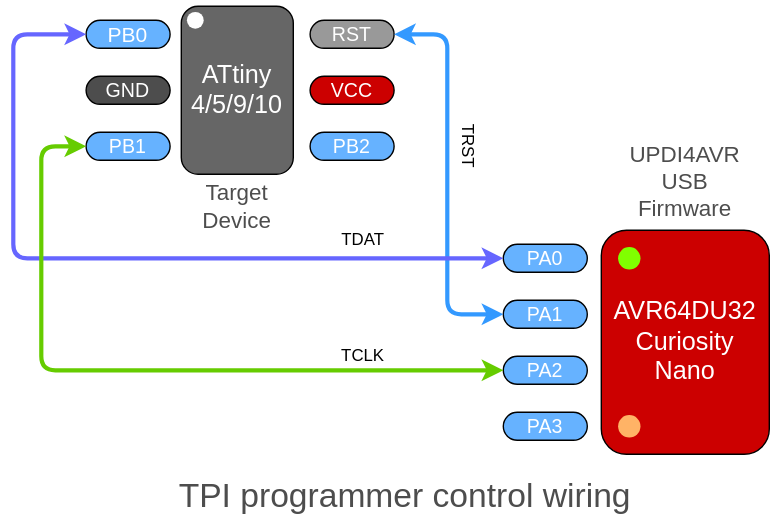
Before: product/UPDI4AVR/images/U4AU_TPI.drawio.svg, a diagram exported from draw.io (askn37/askn37.github.io). Source tidied: cells renumbered, new cells last; positions are measured from the earlier drawing's top-left corner, leaving out a move shared by most shapes. Its diagram source:
```xml
<mxGraphModel>
  <root>
    <mxCell id="0" />
    <mxCell id="1" parent="0" />
    <mxCell id="2" value="&lt;font color=&quot;#ffffff&quot; style=&quot;font-size: 18px;&quot;&gt;ATtiny&lt;br style=&quot;font-size: 18px;&quot;&gt;4/5/9/10&lt;/font&gt;" style="rounded=1;whiteSpace=wrap;html=1;fillColor=#666666;fontSize=18;" parent="1" vertex="1">
      <mxGeometry x="120" width="80" height="120" as="geometry" />
    </mxCell>
    <mxCell id="3" value="&lt;p style=&quot;line-height: 120%; font-size: 15px;&quot;&gt;&lt;font style=&quot;font-size: 15px;&quot;&gt;PB0&lt;/font&gt;&lt;/p&gt;" style="rounded=1;whiteSpace=wrap;html=1;labelBackgroundColor=none;fontSize=15;fontColor=#FFFFFF;fillColor=#66B2FF;arcSize=50;verticalAlign=middle;" parent="1" vertex="1">
      <mxGeometry x="52" y="10" width="60" height="20" as="geometry" />
    </mxCell>
    <mxCell id="4" value="&lt;p style=&quot;line-height: 120%; font-size: 14px;&quot;&gt;GND&lt;/p&gt;" style="rounded=1;whiteSpace=wrap;html=1;labelBackgroundColor=none;fontSize=14;fontColor=#FFFFFF;fillColor=#4D4D4D;arcSize=50;verticalAlign=middle;" parent="1" vertex="1">
      <mxGeometry x="52" y="50" width="60" height="20" as="geometry" />
    </mxCell>
    <mxCell id="5" value="&lt;p style=&quot;line-height: 120%; font-size: 14px;&quot;&gt;&lt;font style=&quot;font-size: 14px;&quot;&gt;PB1&lt;/font&gt;&lt;/p&gt;" style="rounded=1;whiteSpace=wrap;html=1;labelBackgroundColor=none;fontSize=14;fontColor=#FFFFFF;fillColor=#66B2FF;arcSize=50;verticalAlign=middle;" parent="1" vertex="1">
      <mxGeometry x="52" y="90" width="60" height="20" as="geometry" />
    </mxCell>
    <mxCell id="6" value="&lt;p style=&quot;line-height: 120%; font-size: 14px;&quot;&gt;RST&lt;/p&gt;" style="rounded=1;whiteSpace=wrap;html=1;labelBackgroundColor=none;fontSize=14;fontColor=#FFFFFF;fillColor=#999999;arcSize=50;verticalAlign=middle;" parent="1" vertex="1">
      <mxGeometry x="212" y="10" width="60" height="20" as="geometry" />
    </mxCell>
    <mxCell id="7" value="&lt;p style=&quot;line-height: 120%; font-size: 14px;&quot;&gt;VCC&lt;/p&gt;" style="rounded=1;whiteSpace=wrap;html=1;labelBackgroundColor=none;fontSize=14;fontColor=#FFFFFF;fillColor=#CC0000;arcSize=50;verticalAlign=middle;" parent="1" vertex="1">
      <mxGeometry x="212" y="50" width="60" height="20" as="geometry" />
    </mxCell>
    <mxCell id="8" value="&lt;p style=&quot;line-height: 120%; font-size: 14px;&quot;&gt;&lt;font style=&quot;font-size: 14px;&quot;&gt;PB2&lt;/font&gt;&lt;/p&gt;" style="rounded=1;whiteSpace=wrap;html=1;labelBackgroundColor=none;fontSize=14;fontColor=#FFFFFF;fillColor=#66B2FF;arcSize=50;verticalAlign=middle;" parent="1" vertex="1">
      <mxGeometry x="212" y="90" width="60" height="20" as="geometry" />
    </mxCell>
    <mxCell id="9" value="AVR64DU32&lt;br&gt;Curiosity&lt;br style=&quot;font-size: 18px;&quot;&gt;Nano" style="rounded=1;whiteSpace=wrap;html=1;labelBackgroundColor=none;fontSize=18;fontColor=#FFFFFF;fillColor=#CC0000;" parent="1" vertex="1">
      <mxGeometry x="420" y="160" width="120" height="160" as="geometry" />
    </mxCell>
    <mxCell id="10" value="&lt;p style=&quot;line-height: 120%; font-size: 14px;&quot;&gt;PA0&lt;/p&gt;" style="rounded=1;whiteSpace=wrap;html=1;labelBackgroundColor=none;fontSize=14;fontColor=#FFFFFF;fillColor=#66B2FF;arcSize=50;verticalAlign=middle;" parent="1" vertex="1">
      <mxGeometry x="350" y="170" width="60" height="20" as="geometry" />
    </mxCell>
    <mxCell id="11" value="&lt;p style=&quot;line-height: 120%; font-size: 14px;&quot;&gt;PA2&lt;/p&gt;" style="rounded=1;whiteSpace=wrap;html=1;labelBackgroundColor=none;fontSize=14;fontColor=#FFFFFF;fillColor=#66B2FF;arcSize=50;verticalAlign=middle;" parent="1" vertex="1">
      <mxGeometry x="350" y="250" width="60" height="20" as="geometry" />
    </mxCell>
    <mxCell id="12" value="TPI programmer control wiring" style="text;strokeColor=none;align=center;fillColor=none;html=1;verticalAlign=middle;whiteSpace=wrap;rounded=0;labelBackgroundColor=none;fontSize=24;fontColor=#4D4D4D;" parent="1" vertex="1">
      <mxGeometry x="60" y="330" width="440" height="40" as="geometry" />
    </mxCell>
    <mxCell id="13" value="UPDI4AVR&lt;br style=&quot;font-size: 16px;&quot;&gt;USB&lt;br style=&quot;font-size: 16px;&quot;&gt;Firmware" style="text;strokeColor=none;align=center;fillColor=none;html=1;verticalAlign=middle;whiteSpace=wrap;rounded=0;labelBackgroundColor=none;fontSize=16;fontColor=#4D4D4D;" parent="1" vertex="1">
      <mxGeometry x="420" y="90" width="120" height="70" as="geometry" />
    </mxCell>
    <mxCell id="14" style="shape=waypoint;sketch=0;size=6;fillColor=none;perimeter=centerPerimeter;labelBackgroundColor=none;fontSize=16;fontColor=#000000;strokeColor=#FFFFFF;strokeWidth=4;" parent="1" vertex="1">
      <mxGeometry x="120" width="20" height="20" as="geometry" />
    </mxCell>
    <mxCell id="15" value="TDAT" style="text;strokeColor=none;align=center;fillColor=none;html=1;verticalAlign=middle;whiteSpace=wrap;rounded=0;rotation=0;" parent="1" vertex="1">
      <mxGeometry x="225" y="157" width="50" height="20" as="geometry" />
    </mxCell>
    <mxCell id="16" value="TCLK" style="text;strokeColor=none;align=center;fillColor=none;html=1;verticalAlign=middle;whiteSpace=wrap;rounded=0;rotation=0;" parent="1" vertex="1">
      <mxGeometry x="225" y="240" width="50" height="20" as="geometry" />
    </mxCell>
    <mxCell id="17" value="TRST" style="text;strokeColor=none;align=center;fillColor=none;html=1;verticalAlign=middle;whiteSpace=wrap;rounded=0;rotation=90;" parent="1" vertex="1">
      <mxGeometry x="300" y="85" width="50" height="30" as="geometry" />
    </mxCell>
    <mxCell id="18" value="Target&lt;br&gt;Device" style="text;strokeColor=none;align=center;fillColor=none;html=1;verticalAlign=middle;whiteSpace=wrap;rounded=0;labelBackgroundColor=none;fontSize=16;fontColor=#4D4D4D;" parent="1" vertex="1">
      <mxGeometry x="100" y="120" width="120" height="45" as="geometry" />
    </mxCell>
    <mxCell id="19" value="&lt;p style=&quot;line-height: 120%; font-size: 14px;&quot;&gt;PA1&lt;/p&gt;" style="rounded=1;whiteSpace=wrap;html=1;labelBackgroundColor=none;fontSize=14;fontColor=#FFFFFF;fillColor=#66B2FF;arcSize=50;verticalAlign=middle;" parent="1" vertex="1">
      <mxGeometry x="350" y="210" width="60" height="20" as="geometry" />
    </mxCell>
    <mxCell id="20" value="&lt;p style=&quot;line-height: 120%; font-size: 14px;&quot;&gt;&lt;font style=&quot;font-size: 14px;&quot;&gt;PA3&lt;/font&gt;&lt;/p&gt;" style="rounded=1;whiteSpace=wrap;html=1;labelBackgroundColor=none;fontSize=14;fontColor=#FFFFFF;fillColor=#66B2FF;arcSize=50;verticalAlign=middle;" parent="1" vertex="1">
      <mxGeometry x="350" y="290" width="60" height="20" as="geometry" />
    </mxCell>
    <mxCell id="21" style="endArrow=classic;startArrow=classic;html=1;fontSize=15;fontColor=#FFFFFF;exitX=0;exitY=0.5;exitDx=0;exitDy=0;entryX=1;entryY=0.5;entryDx=0;entryDy=0;strokeWidth=3;strokeColor=#3399FF;" parent="1" edge="1" source="19" target="6">
      <mxGeometry relative="1" as="geometry">
        <Array as="points">
          <mxPoint x="310" y="220" />
          <mxPoint x="310" y="20" />
        </Array>
      </mxGeometry>
    </mxCell>
    <mxCell id="22" style="endArrow=classic;startArrow=classic;html=1;strokeColor=#6666FF;entryX=0;entryY=0.5;entryDx=0;entryDy=0;exitX=0;exitY=0.5;exitDx=0;exitDy=0;strokeWidth=3;" parent="1" edge="1" source="10" target="3">
      <mxGeometry relative="1" as="geometry">
        <Array as="points">
          <mxPoint y="180" />
          <mxPoint y="20" />
        </Array>
      </mxGeometry>
    </mxCell>
    <mxCell id="23" style="endArrow=classic;startArrow=classic;html=1;strokeColor=#66CC00;strokeWidth=3;entryX=0;entryY=0.5;entryDx=0;entryDy=0;exitX=0;exitY=0.5;exitDx=0;exitDy=0;" parent="1" edge="1" source="11" target="5">
      <mxGeometry relative="1" as="geometry">
        <Array as="points">
          <mxPoint x="20" y="260" />
          <mxPoint x="20" y="100" />
        </Array>
      </mxGeometry>
    </mxCell>
    <mxCell id="24" style="shape=waypoint;sketch=0;size=6;fillColor=none;perimeter=centerPerimeter;labelBackgroundColor=none;fontSize=16;fontColor=#000000;strokeColor=#80FF00;strokeWidth=6;" parent="1" vertex="1">
      <mxGeometry x="430" y="170" width="20" height="20" as="geometry" />
    </mxCell>
    <mxCell id="25" style="shape=waypoint;sketch=0;size=6;fillColor=none;perimeter=centerPerimeter;labelBackgroundColor=none;fontSize=16;fontColor=#000000;strokeColor=#FFB366;strokeWidth=6;" parent="1" vertex="1">
      <mxGeometry x="430" y="290" width="20" height="20" as="geometry" />
    </mxCell>
  </root>
</mxGraphModel>
```
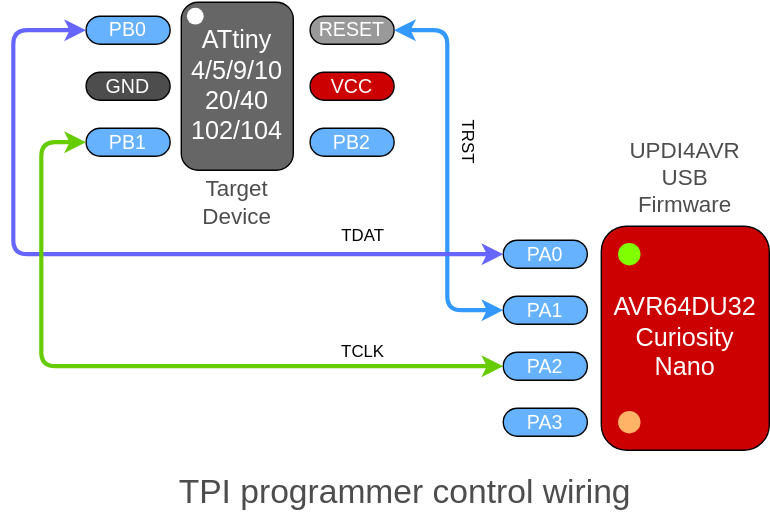
Above is the later version.

The edit, as a diff of the source:
```diff
@@ -2,34 +2,34 @@
   <root>
     <mxCell id="0" />
     <mxCell id="1" parent="0" />
-    <mxCell id="2" value="&lt;font color=&quot;#ffffff&quot; style=&quot;font-size: 18px;&quot;&gt;ATtiny&lt;br style=&quot;font-size: 18px;&quot;&gt;4/5/9/10&lt;/font&gt;" style="rounded=1;whiteSpace=wrap;html=1;fillColor=#666666;fontSize=18;" parent="1" vertex="1">
+    <mxCell id="2" value="&lt;font color=&quot;#ffffff&quot; style=&quot;font-size: 18px;&quot;&gt;ATtiny&lt;br style=&quot;font-size: 18px;&quot;&gt;4/5/9/10&lt;/font&gt;&lt;div&gt;&lt;font color=&quot;#ffffff&quot; style=&quot;font-size: 18px;&quot;&gt;20/40&lt;/font&gt;&lt;/div&gt;&lt;div&gt;&lt;font color=&quot;#ffffff&quot; style=&quot;font-size: 18px;&quot;&gt;102/104&lt;/font&gt;&lt;/div&gt;" style="rounded=1;whiteSpace=wrap;html=1;fillColor=#666666;fontSize=18;" parent="1" vertex="1">
       <mxGeometry x="120" width="80" height="120" as="geometry" />
     </mxCell>
-    <mxCell id="3" value="&lt;p style=&quot;line-height: 120%; font-size: 15px;&quot;&gt;&lt;font style=&quot;font-size: 15px;&quot;&gt;PB0&lt;/font&gt;&lt;/p&gt;" style="rounded=1;whiteSpace=wrap;html=1;labelBackgroundColor=none;fontSize=15;fontColor=#FFFFFF;fillColor=#66B2FF;arcSize=50;verticalAlign=middle;" parent="1" vertex="1">
+    <mxCell id="3" value="PB0" style="rounded=1;whiteSpace=wrap;html=1;labelBackgroundColor=none;fontSize=14;fontColor=#FFFFFF;fillColor=#66B2FF;arcSize=50;verticalAlign=middle;" parent="1" vertex="1">
       <mxGeometry x="52" y="10" width="60" height="20" as="geometry" />
     </mxCell>
-    <mxCell id="4" value="&lt;p style=&quot;line-height: 120%; font-size: 14px;&quot;&gt;GND&lt;/p&gt;" style="rounded=1;whiteSpace=wrap;html=1;labelBackgroundColor=none;fontSize=14;fontColor=#FFFFFF;fillColor=#4D4D4D;arcSize=50;verticalAlign=middle;" parent="1" vertex="1">
+    <mxCell id="4" value="GND" style="rounded=1;whiteSpace=wrap;html=1;labelBackgroundColor=none;fontSize=14;fontColor=#FFFFFF;fillColor=#4D4D4D;arcSize=50;verticalAlign=middle;" parent="1" vertex="1">
       <mxGeometry x="52" y="50" width="60" height="20" as="geometry" />
     </mxCell>
-    <mxCell id="5" value="&lt;p style=&quot;line-height: 120%; font-size: 14px;&quot;&gt;&lt;font style=&quot;font-size: 14px;&quot;&gt;PB1&lt;/font&gt;&lt;/p&gt;" style="rounded=1;whiteSpace=wrap;html=1;labelBackgroundColor=none;fontSize=14;fontColor=#FFFFFF;fillColor=#66B2FF;arcSize=50;verticalAlign=middle;" parent="1" vertex="1">
+    <mxCell id="5" value="PB1" style="rounded=1;whiteSpace=wrap;html=1;labelBackgroundColor=none;fontSize=14;fontColor=#FFFFFF;fillColor=#66B2FF;arcSize=50;verticalAlign=middle;" parent="1" vertex="1">
       <mxGeometry x="52" y="90" width="60" height="20" as="geometry" />
     </mxCell>
-    <mxCell id="6" value="&lt;p style=&quot;line-height: 120%; font-size: 14px;&quot;&gt;RST&lt;/p&gt;" style="rounded=1;whiteSpace=wrap;html=1;labelBackgroundColor=none;fontSize=14;fontColor=#FFFFFF;fillColor=#999999;arcSize=50;verticalAlign=middle;" parent="1" vertex="1">
+    <mxCell id="6" value="RESET" style="rounded=1;whiteSpace=wrap;html=1;labelBackgroundColor=none;fontSize=14;fontColor=#FFFFFF;fillColor=#999999;arcSize=50;verticalAlign=middle;" parent="1" vertex="1">
       <mxGeometry x="212" y="10" width="60" height="20" as="geometry" />
     </mxCell>
-    <mxCell id="7" value="&lt;p style=&quot;line-height: 120%; font-size: 14px;&quot;&gt;VCC&lt;/p&gt;" style="rounded=1;whiteSpace=wrap;html=1;labelBackgroundColor=none;fontSize=14;fontColor=#FFFFFF;fillColor=#CC0000;arcSize=50;verticalAlign=middle;" parent="1" vertex="1">
+    <mxCell id="7" value="VCC" style="rounded=1;whiteSpace=wrap;html=1;labelBackgroundColor=none;fontSize=14;fontColor=#FFFFFF;fillColor=#CC0000;arcSize=50;verticalAlign=middle;" parent="1" vertex="1">
       <mxGeometry x="212" y="50" width="60" height="20" as="geometry" />
     </mxCell>
-    <mxCell id="8" value="&lt;p style=&quot;line-height: 120%; font-size: 14px;&quot;&gt;&lt;font style=&quot;font-size: 14px;&quot;&gt;PB2&lt;/font&gt;&lt;/p&gt;" style="rounded=1;whiteSpace=wrap;html=1;labelBackgroundColor=none;fontSize=14;fontColor=#FFFFFF;fillColor=#66B2FF;arcSize=50;verticalAlign=middle;" parent="1" vertex="1">
+    <mxCell id="8" value="PB2" style="rounded=1;whiteSpace=wrap;html=1;labelBackgroundColor=none;fontSize=14;fontColor=#FFFFFF;fillColor=#66B2FF;arcSize=50;verticalAlign=middle;" parent="1" vertex="1">
       <mxGeometry x="212" y="90" width="60" height="20" as="geometry" />
     </mxCell>
     <mxCell id="9" value="AVR64DU32&lt;br&gt;Curiosity&lt;br style=&quot;font-size: 18px;&quot;&gt;Nano" style="rounded=1;whiteSpace=wrap;html=1;labelBackgroundColor=none;fontSize=18;fontColor=#FFFFFF;fillColor=#CC0000;" parent="1" vertex="1">
       <mxGeometry x="420" y="160" width="120" height="160" as="geometry" />
     </mxCell>
-    <mxCell id="10" value="&lt;p style=&quot;line-height: 120%; font-size: 14px;&quot;&gt;PA0&lt;/p&gt;" style="rounded=1;whiteSpace=wrap;html=1;labelBackgroundColor=none;fontSize=14;fontColor=#FFFFFF;fillColor=#66B2FF;arcSize=50;verticalAlign=middle;" parent="1" vertex="1">
+    <mxCell id="10" value="PA0" style="rounded=1;whiteSpace=wrap;html=1;labelBackgroundColor=none;fontSize=14;fontColor=#FFFFFF;fillColor=#66B2FF;arcSize=50;verticalAlign=middle;" parent="1" vertex="1">
       <mxGeometry x="350" y="170" width="60" height="20" as="geometry" />
     </mxCell>
-    <mxCell id="11" value="&lt;p style=&quot;line-height: 120%; font-size: 14px;&quot;&gt;PA2&lt;/p&gt;" style="rounded=1;whiteSpace=wrap;html=1;labelBackgroundColor=none;fontSize=14;fontColor=#FFFFFF;fillColor=#66B2FF;arcSize=50;verticalAlign=middle;" parent="1" vertex="1">
+    <mxCell id="11" value="PA2" style="rounded=1;whiteSpace=wrap;html=1;labelBackgroundColor=none;fontSize=14;fontColor=#FFFFFF;fillColor=#66B2FF;arcSize=50;verticalAlign=middle;" parent="1" vertex="1">
       <mxGeometry x="350" y="250" width="60" height="20" as="geometry" />
     </mxCell>
     <mxCell id="12" value="TPI programmer control wiring" style="text;strokeColor=none;align=center;fillColor=none;html=1;verticalAlign=middle;whiteSpace=wrap;rounded=0;labelBackgroundColor=none;fontSize=24;fontColor=#4D4D4D;" parent="1" vertex="1">
@@ -53,10 +53,10 @@
     <mxCell id="18" value="Target&lt;br&gt;Device" style="text;strokeColor=none;align=center;fillColor=none;html=1;verticalAlign=middle;whiteSpace=wrap;rounded=0;labelBackgroundColor=none;fontSize=16;fontColor=#4D4D4D;" parent="1" vertex="1">
       <mxGeometry x="100" y="120" width="120" height="45" as="geometry" />
     </mxCell>
-    <mxCell id="19" value="&lt;p style=&quot;line-height: 120%; font-size: 14px;&quot;&gt;PA1&lt;/p&gt;" style="rounded=1;whiteSpace=wrap;html=1;labelBackgroundColor=none;fontSize=14;fontColor=#FFFFFF;fillColor=#66B2FF;arcSize=50;verticalAlign=middle;" parent="1" vertex="1">
+    <mxCell id="19" value="PA1" style="rounded=1;whiteSpace=wrap;html=1;labelBackgroundColor=none;fontSize=14;fontColor=#FFFFFF;fillColor=#66B2FF;arcSize=50;verticalAlign=middle;" parent="1" vertex="1">
       <mxGeometry x="350" y="210" width="60" height="20" as="geometry" />
     </mxCell>
-    <mxCell id="20" value="&lt;p style=&quot;line-height: 120%; font-size: 14px;&quot;&gt;&lt;font style=&quot;font-size: 14px;&quot;&gt;PA3&lt;/font&gt;&lt;/p&gt;" style="rounded=1;whiteSpace=wrap;html=1;labelBackgroundColor=none;fontSize=14;fontColor=#FFFFFF;fillColor=#66B2FF;arcSize=50;verticalAlign=middle;" parent="1" vertex="1">
+    <mxCell id="20" value="PA3" style="rounded=1;whiteSpace=wrap;html=1;labelBackgroundColor=none;fontSize=14;fontColor=#FFFFFF;fillColor=#66B2FF;arcSize=50;verticalAlign=middle;" parent="1" vertex="1">
       <mxGeometry x="350" y="290" width="60" height="20" as="geometry" />
     </mxCell>
     <mxCell id="21" style="endArrow=classic;startArrow=classic;html=1;fontSize=15;fontColor=#FFFFFF;exitX=0;exitY=0.5;exitDx=0;exitDy=0;entryX=1;entryY=0.5;entryDx=0;entryDy=0;strokeWidth=3;strokeColor=#3399FF;" parent="1" edge="1" source="19" target="6">
```
